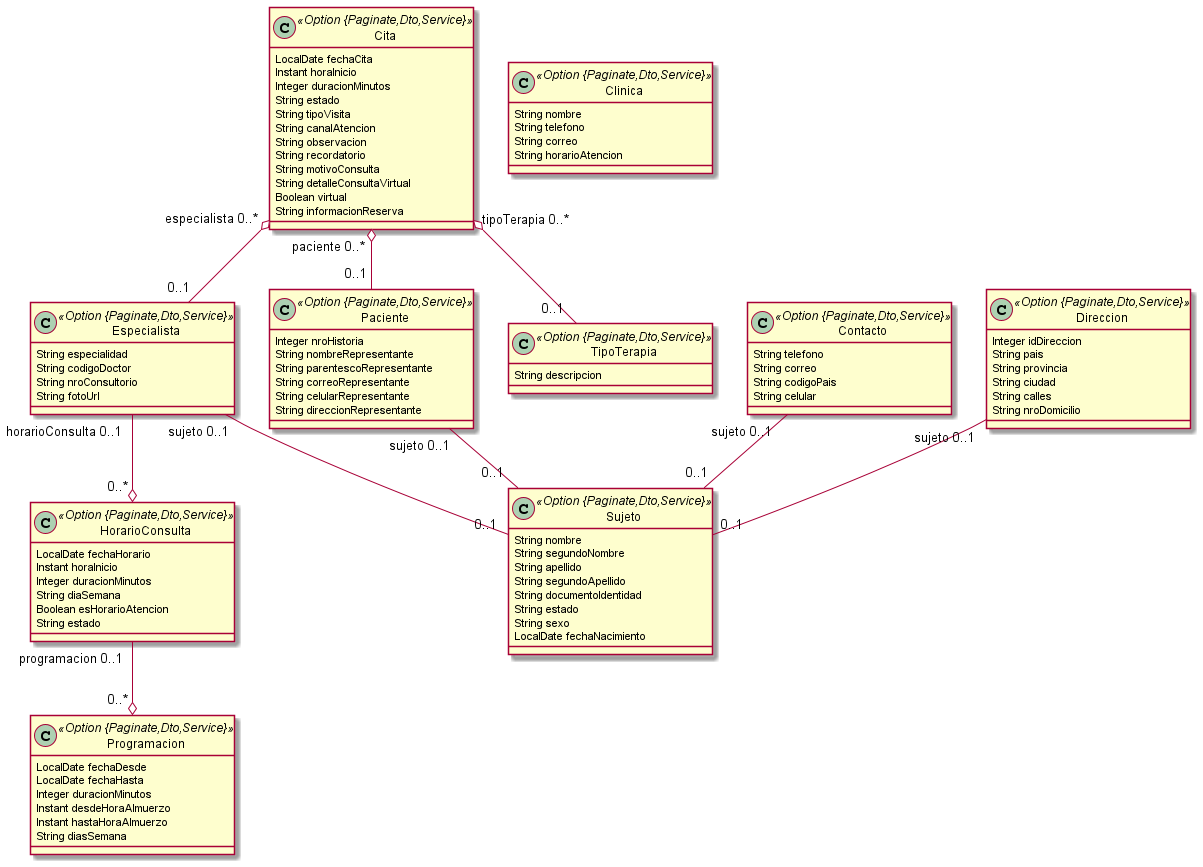
jayaleonardo/agendamiento keeps this PlantUML diagram as modelado.png. Above is the earlier version. Source of this version:
```plantuml
@startuml
	!pragma syntax class
	class Cita <<Option {Paginate,Dto,Service}>> {
		LocalDate fechaCita
		Instant horaInicio
		Integer duracionMinutos
		String estado
		String tipoVisita
		String canalAtencion
		String observacion
		String recordatorio
		String motivoConsulta
		String detalleConsultaVirtual
		Boolean virtual
		String informacionReserva
	}
	class Paciente <<Option {Paginate,Dto,Service}>> {
		Integer nroHistoria
		String nombreRepresentante
		String parentescoRepresentante
		String correoRepresentante
		String celularRepresentante
		String direccionRepresentante
	}
	class Sujeto <<Option {Paginate,Dto,Service}>> {
		String nombre
		String segundoNombre
		String apellido
		String segundoApellido
		String documentoIdentidad
		String estado
		String sexo
		LocalDate fechaNacimiento
	}
	class Especialista <<Option {Paginate,Dto,Service}>> {
		String especialidad
		String codigoDoctor
		String nroConsultorio
		String fotoUrl
	}
	class HorarioConsulta <<Option {Paginate,Dto,Service}>> {
		LocalDate fechaHorario
		Instant horaInicio
		Integer duracionMinutos
		String diaSemana
		Boolean esHorarioAtencion
		String estado
	}
	class Contacto <<Option {Paginate,Dto,Service}>> {
		String telefono
		String correo
		String codigoPais
		String celular
	}
	class Direccion <<Option {Paginate,Dto,Service}>> {
		Integer idDireccion
		String pais
		String provincia
		String ciudad
		String calles
		String nroDomicilio
	}
	class Clinica <<Option {Paginate,Dto,Service}>> {
		String nombre
		String telefono
		String correo
		String horarioAtencion
	}
	class TipoTerapia <<Option {Paginate,Dto,Service}>> {
		String descripcion
	}
	class Programacion <<Option {Paginate,Dto,Service}>> {
		LocalDate fechaDesde
		LocalDate fechaHasta
		Integer duracionMinutos
		Instant desdeHoraAlmuerzo
		Instant hastaHoraAlmuerzo
		String diasSemana
	}
	Cita  "especialista 0..* " o-- "0..1 "  Especialista
	Cita  "tipoTerapia 0..* " o-- "0..1 "  TipoTerapia
	Cita  "paciente 0..* " o-- "0..1 "  Paciente
	Paciente  "sujeto 0..1 " -- "0..1 "  Sujeto
	Especialista  "sujeto 0..1 " -- "0..1 "  Sujeto
	Contacto  "sujeto 0..1 " -- "0..1 "  Sujeto
	Direccion  "sujeto 0..1 " -- "0..1 "  Sujeto
	Especialista  "horarioConsulta 0..1 " --o "0..* "  HorarioConsulta
	HorarioConsulta  "programacion 0..1 " --o "0..* "  Programacion
@enduml
```
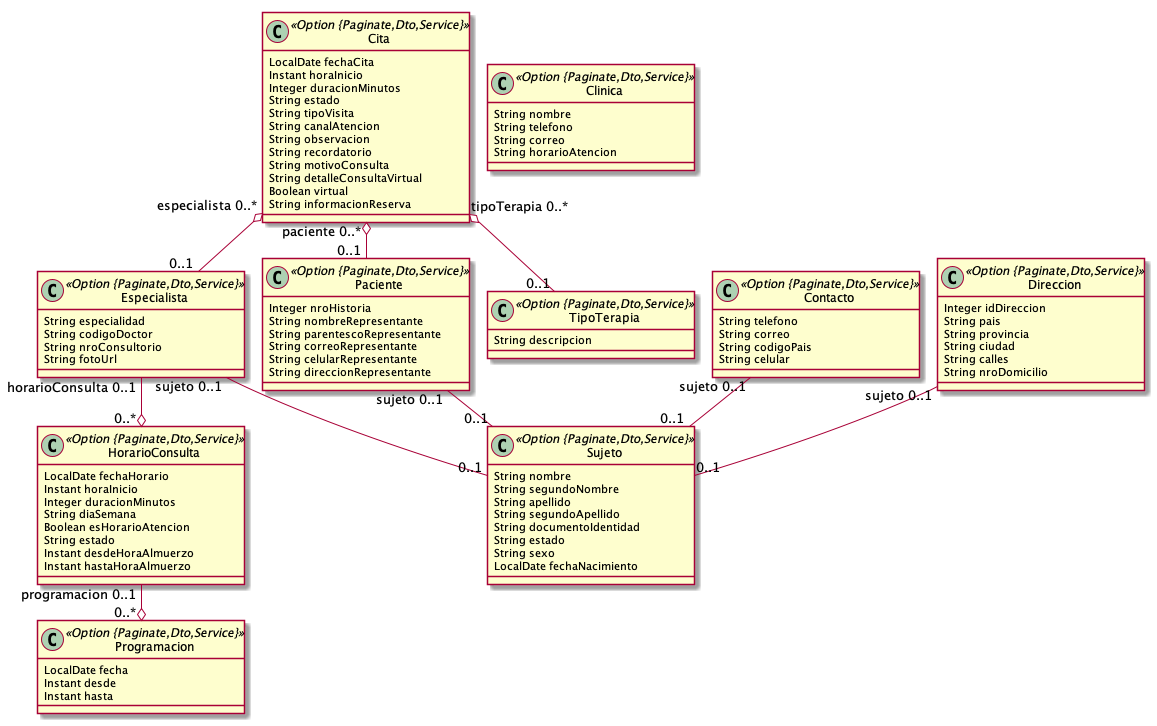
After the change.

Commit message:
cambiando modelado

Diff of the diagram source:
```diff
@@ -1,4 +1,5 @@
 @startuml
+	!pragma layout smetana
 	!pragma syntax class
 	class Cita <<Option {Paginate,Dto,Service}>> {
 		LocalDate fechaCita
@@ -45,6 +46,8 @@
 		String diaSemana
 		Boolean esHorarioAtencion
 		String estado
+		Instant desdeHoraAlmuerzo
+		Instant hastaHoraAlmuerzo
 	}
 	class Contacto <<Option {Paginate,Dto,Service}>> {
 		String telefono
@@ -70,12 +73,9 @@
 		String descripcion
 	}
 	class Programacion <<Option {Paginate,Dto,Service}>> {
-		LocalDate fechaDesde
-		LocalDate fechaHasta
-		Integer duracionMinutos
-		Instant desdeHoraAlmuerzo
-		Instant hastaHoraAlmuerzo
-		String diasSemana
+		LocalDate fecha
+		Instant desde
+		Instant hasta
 	}
 	Cita  "especialista 0..* " o-- "0..1 "  Especialista
 	Cita  "tipoTerapia 0..* " o-- "0..1 "  TipoTerapia
```
